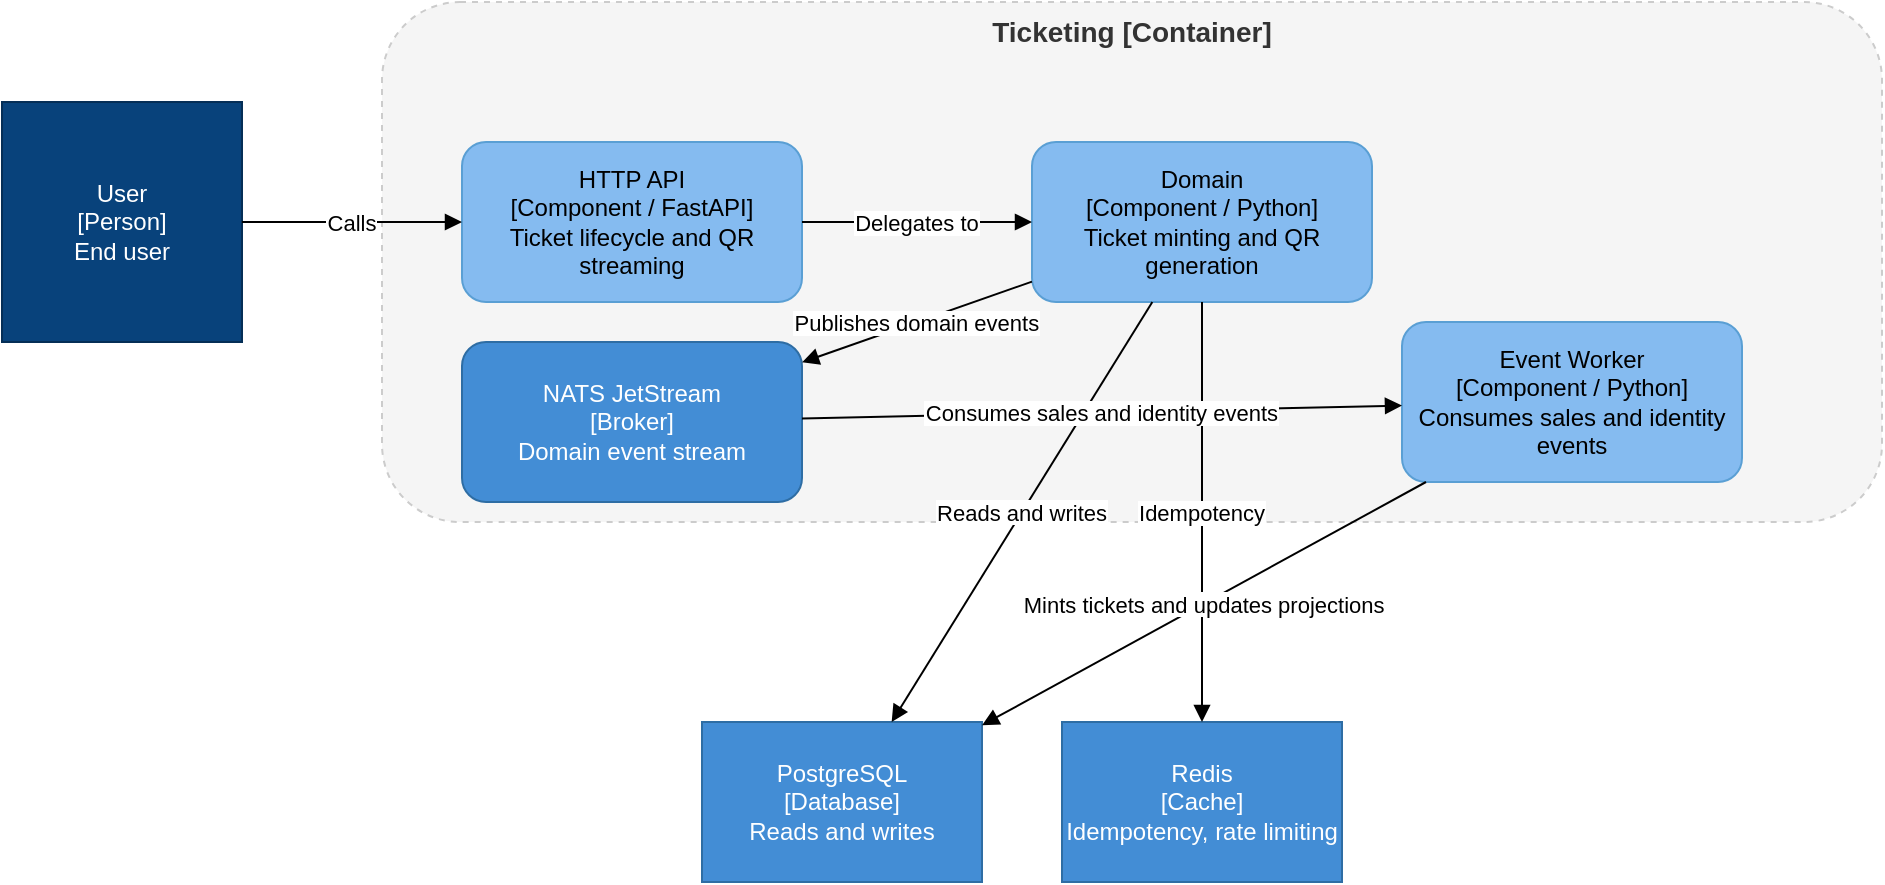
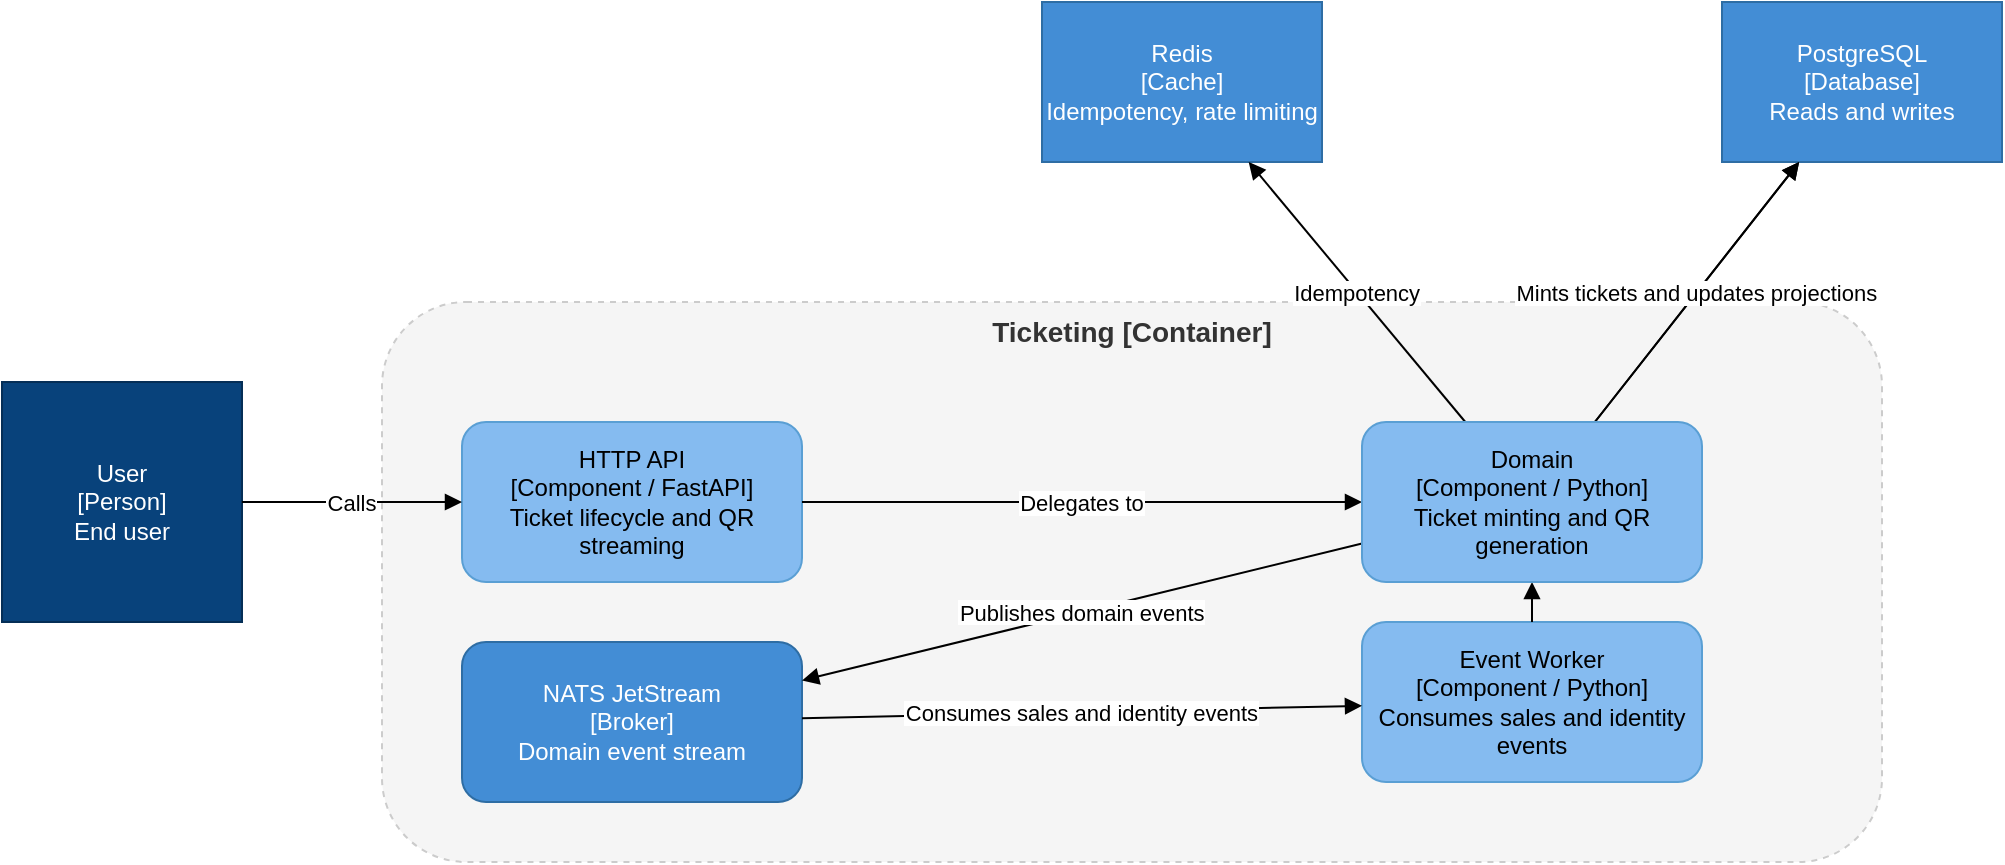
<mxfile host="embed.diagrams.net">
  <diagram name="C4 Level 3 - Ticketing" id="c4-component-ticketing">
-     <mxGraphModel dx="1398" dy="474" grid="1" gridSize="10" guides="1" tooltips="1" connect="1" arrows="1" fold="1" page="1" pageScale="1" pageWidth="1169" pageHeight="827" math="0" shadow="0">
+     <mxGraphModel dx="1010" dy="1326" grid="1" gridSize="10" guides="1" tooltips="1" connect="1" arrows="1" fold="1" page="1" pageScale="1" pageWidth="1169" pageHeight="827" math="0" shadow="0">
      <root>
        <mxCell id="0" />
        <mxCell id="1" parent="0" />
        <mxCell id="2" html="0" parent="1" style="rounded=1;dashed=1;fillColor=#f5f5f5;strokeColor=#cccccc;fontSize=14;fontStyle=1;fontColor=#333333;verticalAlign=top;html=0;" value="Ticketing [Container]" vertex="1">
-           <mxGeometry height="260" width="750" x="220" y="60" as="geometry" />
+           <mxGeometry height="280" width="750" x="220" y="60" as="geometry" />
        </mxCell>
        <mxCell id="3" html="0" parent="1" style="shape=mxgraph.basic.person;whiteSpace=wrap;fillColor=#08427B;fontColor=#ffffff;strokeColor=#052e56;fontSize=12;html=0;" value="User&#xa;[Person]&#xa;End user" vertex="1">
-           <mxGeometry height="120" width="120" x="30" y="110" as="geometry" />
+           <mxGeometry height="120" width="120" x="30" y="100" as="geometry" />
        </mxCell>
        <mxCell id="4" html="0" parent="1" style="rounded=1;whiteSpace=wrap;fillColor=#85BBF0;fontColor=#000000;strokeColor=#5a9fd4;fontSize=12;html=0;" value="HTTP API&#xa;[Component / FastAPI]&#xa;Ticket lifecycle and QR streaming" vertex="1">
-           <mxGeometry height="80" width="170" x="260" y="130" as="geometry" />
-         </mxCell>
-         <mxCell id="5" html="0" parent="1" style="rounded=1;whiteSpace=wrap;fillColor=#85BBF0;fontColor=#000000;strokeColor=#5a9fd4;fontSize=12;html=0;" value="Domain&#xa;[Component / Python]&#xa;Ticket minting and QR generation" vertex="1">
-           <mxGeometry height="80" width="170" x="545" y="130" as="geometry" />
+           <mxGeometry height="80" width="170" x="260" y="120" as="geometry" />
        </mxCell>
        <mxCell id="6" html="0" parent="1" style="rounded=1;whiteSpace=wrap;fillColor=#85BBF0;fontColor=#000000;strokeColor=#5a9fd4;fontSize=12;html=0;" value="Event Worker&#xa;[Component / Python]&#xa;Consumes sales and identity events" vertex="1">
-           <mxGeometry height="80" width="170" x="730" y="220" as="geometry" />
+           <mxGeometry height="80" width="170" x="710" y="220" as="geometry" />
        </mxCell>
        <mxCell id="7" html="0" parent="1" style="shape=mxgraph.basic.cylinder3;whiteSpace=wrap;fillColor=#438DD5;fontColor=#ffffff;strokeColor=#2e6da4;fontSize=12;html=0;" value="PostgreSQL&#xa;[Database]&#xa;Reads and writes" vertex="1">
-           <mxGeometry height="80" width="140" x="380" y="420" as="geometry" />
+           <mxGeometry height="80" width="140" x="890" y="-90" as="geometry" />
        </mxCell>
        <mxCell id="8" html="0" parent="1" style="rounded=1;whiteSpace=wrap;fillColor=#438DD5;fontColor=#ffffff;strokeColor=#2e6da4;fontSize=12;html=0;" value="NATS JetStream&#xa;[Broker]&#xa;Domain event stream" vertex="1">
          <mxGeometry height="80" width="170" x="260" y="230" as="geometry" />
        </mxCell>
        <mxCell id="9" html="0" parent="1" style="shape=mxgraph.basic.cylinder3;whiteSpace=wrap;fillColor=#438DD5;fontColor=#ffffff;strokeColor=#2e6da4;fontSize=12;html=0;" value="Redis&#xa;[Cache]&#xa;Idempotency, rate limiting" vertex="1">
-           <mxGeometry height="80" width="140" x="560" y="420" as="geometry" />
+           <mxGeometry height="80" width="140" x="550" y="-90" as="geometry" />
        </mxCell>
        <mxCell id="10" edge="1" html="0" parent="1" source="3" style="endArrow=block;endFill=1;fontSize=11;html=0;" target="4" value="Calls">
          <mxGeometry relative="1" as="geometry" />
        </mxCell>
        <mxCell id="11" edge="1" html="0" parent="1" source="4" style="endArrow=block;endFill=1;fontSize=11;html=0;" target="5" value="Delegates to">
          <mxGeometry relative="1" as="geometry" />
        </mxCell>
        <mxCell id="12" edge="1" html="0" parent="1" source="5" style="endArrow=block;endFill=1;fontSize=11;html=0;" target="7" value="Reads and writes">
          <mxGeometry relative="1" as="geometry" />
        </mxCell>
        <mxCell id="13" edge="1" html="0" parent="1" source="5" style="endArrow=block;endFill=1;fontSize=11;html=0;" target="8" value="Publishes domain events">
          <mxGeometry relative="1" as="geometry" />
        </mxCell>
        <mxCell id="14" edge="1" html="0" parent="1" source="5" style="endArrow=block;endFill=1;fontSize=11;html=0;" target="9" value="Idempotency">
          <mxGeometry relative="1" as="geometry" />
        </mxCell>
        <mxCell id="15" edge="1" html="0" parent="1" source="8" style="endArrow=block;endFill=1;fontSize=11;html=0;" target="6" value="Consumes sales and identity events">
          <mxGeometry relative="1" as="geometry" />
        </mxCell>
-         <mxCell id="16" edge="1" html="0" parent="1" source="6" style="endArrow=block;endFill=1;fontSize=11;html=0;" target="7" value="Mints tickets and updates projections">
+         <mxCell id="16" edge="1" html="0" parent="1" source="5" style="endArrow=block;endFill=1;fontSize=11;html=0;" target="7" value="Mints tickets and updates projections">
          <mxGeometry relative="1" as="geometry" />
+         </mxCell>
+         <mxCell id="17" edge="1" html="0" parent="1" source="6" style="endArrow=block;endFill=1;fontSize=11;html=0;" target="5" value="">
+           <mxGeometry relative="1" as="geometry">
+             <mxPoint x="805" y="220" as="sourcePoint" />
+             <mxPoint x="860" y="-10" as="targetPoint" />
+           </mxGeometry>
+         </mxCell>
+         <mxCell id="5" html="0" parent="1" style="rounded=1;whiteSpace=wrap;fillColor=#85BBF0;fontColor=#000000;strokeColor=#5a9fd4;fontSize=12;html=0;" value="Domain&#xa;[Component / Python]&#xa;Ticket minting and QR generation" vertex="1">
+           <mxGeometry height="80" width="170" x="710" y="120" as="geometry" />
        </mxCell>
      </root>
    </mxGraphModel>
  </diagram>
</mxfile>
